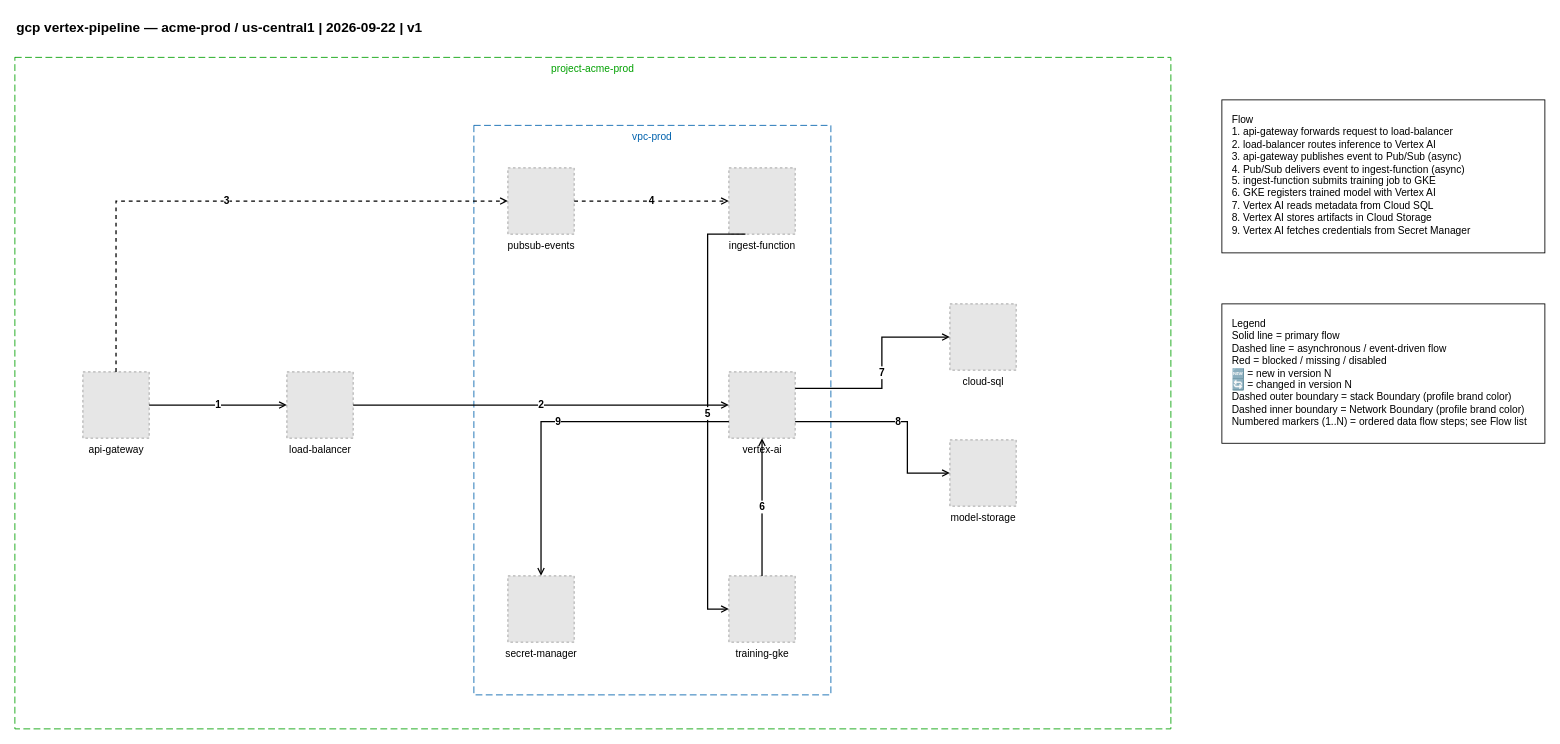
Above: examples/gcp/01-gcp-vertex-pipeline.drawio in totoshko88/Cloud_Architecture (draw.io), before the change. Source tidied: cells renumbered, new cells numbered last; positions are measured from the earlier drawing's top-left corner, leaving out a move shared by most shapes. Both pictures are drawn from the tidied source at 85%, with x=0, y=0 at pixel (14, 14). Pictures stored in the file or linked from it are replaced by grey dashed boxes.
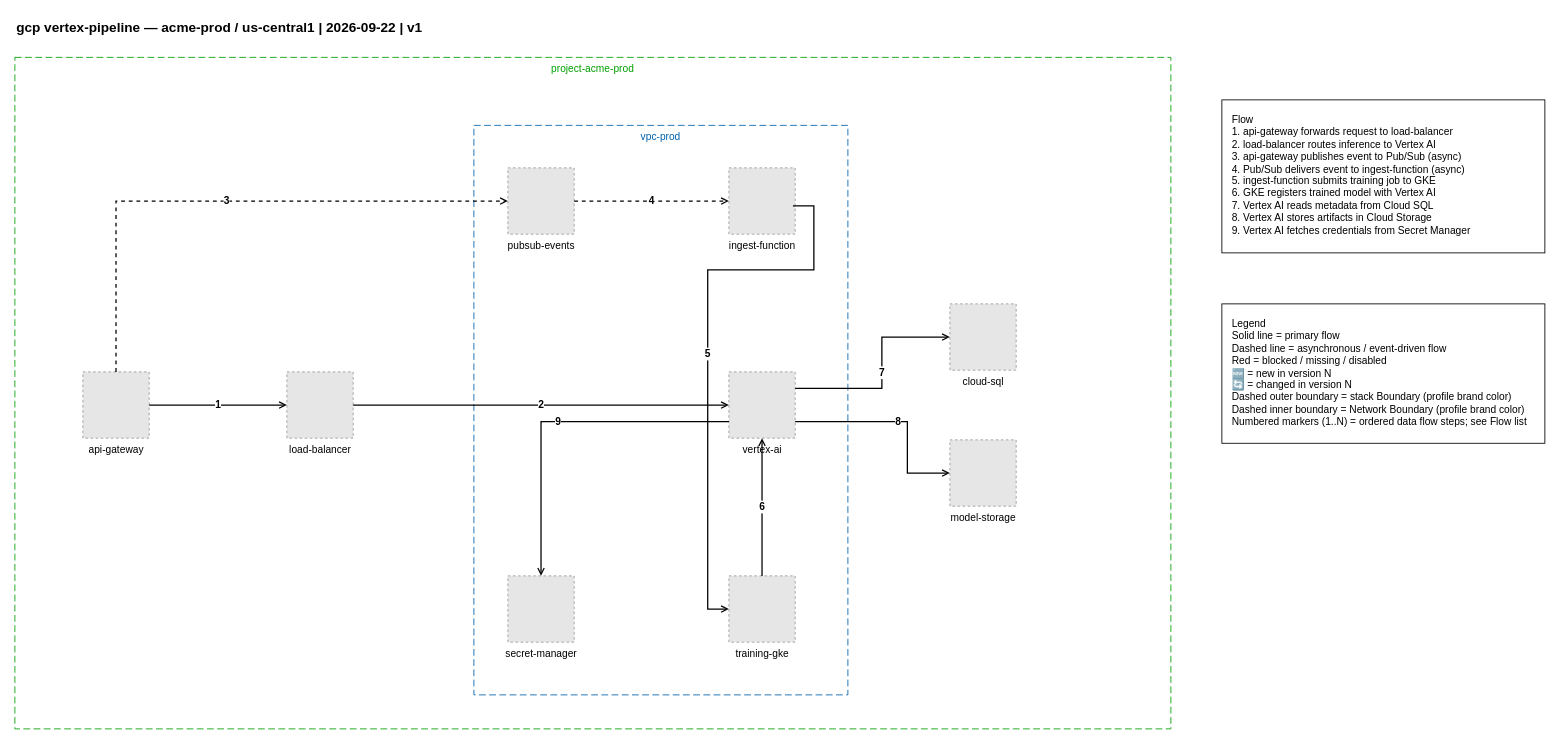
After the change.

Commit message (it also covers changes not shown here):
examples(gcp): apply routing rules to Vertex pipeline (01) and re-export

The change refers to these unchanged cells:
```xml
<mxCell id="9" value="ingest-function" style="fillColor=#E6E6E6;strokeColor=#999999;dashed=1;verticalLabelPosition=bottom;verticalAlign=top;html=1;align=center;fontSize=12;" parent="1" vertex="1">
  <mxGeometry x="840" y="180" width="78" height="78" as="geometry" />
</mxCell>
<mxCell id="11" value="training-gke" style="fillColor=#E6E6E6;strokeColor=#999999;dashed=1;verticalLabelPosition=bottom;verticalAlign=top;html=1;align=center;fontSize=12;" parent="1" vertex="1">
  <mxGeometry x="840" y="660" width="78" height="78" as="geometry" />
</mxCell>
```

The edit, as a diff of the source:
```diff
@@
     <mxCell id="4" value="vpc-prod" style="rounded=0;whiteSpace=wrap;html=1;dashed=1;dashPattern=8 4;strokeColor=#0062AD;fillColor=none;verticalAlign=top;fontColor=#0062AD;fontSize=12;" parent="1" vertex="1">
-      <mxGeometry x="540" y="130" width="420" height="670" as="geometry" />
+      <mxGeometry x="540" y="130" width="440" height="670" as="geometry" />
     </mxCell>
@@
-    <mxCell id="18" value="5" style="edgeStyle=orthogonalEdgeStyle;rounded=0;html=1;endArrow=open;endFill=0;strokeWidth=1.5;exitX=0.25;exitY=1.0;exitDx=0;exitDy=0;exitPerimeter=0;entryX=0.0;entryY=0.5;entryDx=0;entryDy=0;fontSize=12;fontStyle=1;" parent="1" edge="1" source="9" target="11">
+    <mxCell id="18" value="5" style="edgeStyle=orthogonalEdgeStyle;rounded=0;html=1;endArrow=open;endFill=0;strokeWidth=1.5;exitX=0.966;exitY=0.572;exitDx=0;exitDy=0;exitPerimeter=0;entryX=0.0;entryY=0.5;entryDx=0;entryDy=0;fontSize=12;fontStyle=1;" parent="1" edge="1" source="9" target="11">
       <mxGeometry relative="1" as="geometry">
         <Array as="points">
-          <mxPoint x="815" y="699" />
+          <mxPoint x="940" y="224.6" />
+          <mxPoint x="940" y="300" />
+          <mxPoint x="815.1" y="300" />
+          <mxPoint x="815.1" y="699.1" />
         </Array>
       </mxGeometry>
     </mxCell>
```
